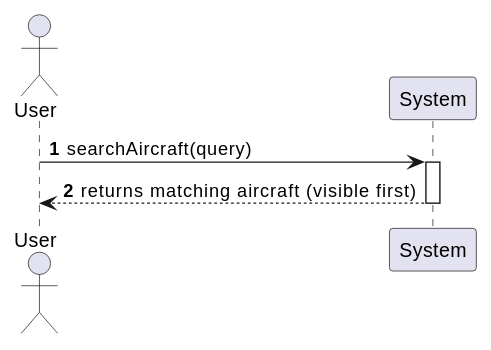
Earlier version of the PlantUML export docs/system-documentation/use-cases/US09/svg/ssd_us09.svg (miguelsiilva1/SkyTracer).
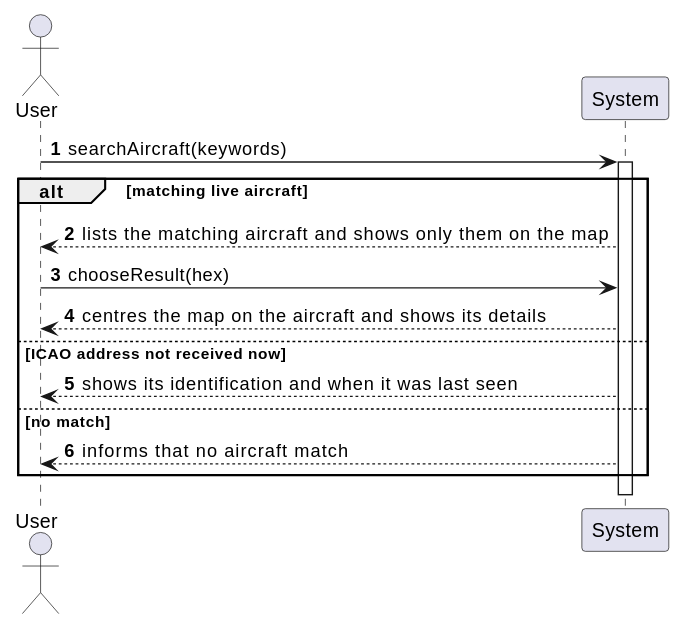
The same diagram one commit later.

The edit, as a diff of the source:
```diff
@@ -3,8 +3,16 @@
 actor "User" as A
 participant "System" as S
 
-A -> S : searchAircraft(query)
+A -> S : searchAircraft(keywords)
 activate S
-S --> A : returns matching aircraft (visible first)
+alt matching live aircraft
+  S --> A : lists the matching aircraft and shows only them on the map
+  A -> S : chooseResult(hex)
+  S --> A : centres the map on the aircraft and shows its details
+else ICAO address not received now
+  S --> A : shows its identification and when it was last seen
+else no match
+  S --> A : informs that no aircraft match
+end
 deactivate S
 @enduml
```
